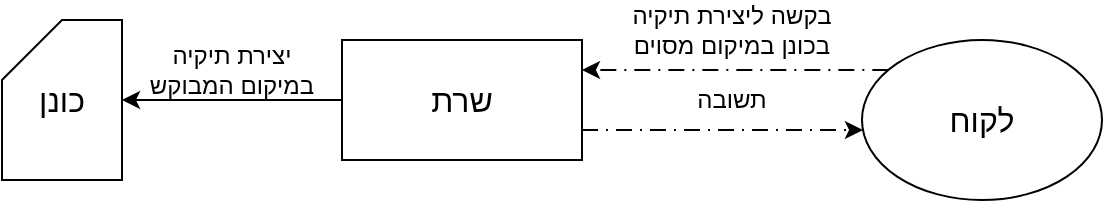
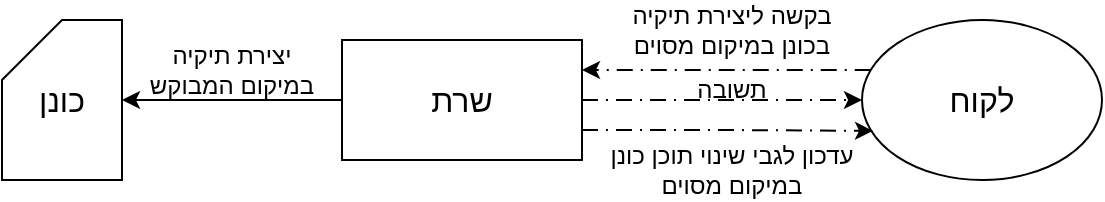
<mxfile host="Electron" agent="Mozilla/5.0 (X11; Linux x86_64) AppleWebKit/537.36 (KHTML, like Gecko) draw.io/29.6.1 Chrome/142.0.7444.265 Electron/39.8.9 Safari/537.36" version="29.6.1">
  <diagram name="Page-1" id="tHoBDmq4Bw8hzhRrkMM5">
-     <mxGraphModel dx="570" dy="337" grid="1" gridSize="10" guides="1" tooltips="1" connect="1" arrows="1" fold="1" page="1" pageScale="1" pageWidth="850" pageHeight="1100" math="0" shadow="0">
+     <mxGraphModel dx="475" dy="281" grid="1" gridSize="10" guides="1" tooltips="1" connect="1" arrows="1" fold="1" page="1" pageScale="1" pageWidth="850" pageHeight="1100" math="0" shadow="0">
      <root>
        <mxCell id="0" />
        <mxCell id="1" parent="0" />
+         <mxCell id="shgg1tWIqfMtp6GJXcMI-1" edge="1" parent="1" source="a2DlJLH1b4CRjQ99sm9D-2" style="edgeStyle=orthogonalEdgeStyle;rounded=0;orthogonalLoop=1;jettySize=auto;html=1;entryX=0;entryY=0.5;entryDx=0;entryDy=0;dashed=1;dashPattern=8 4 1 4;" target="a2DlJLH1b4CRjQ99sm9D-3">
+           <mxGeometry relative="1" as="geometry">
+             <mxPoint x="580" y="370" as="targetPoint" />
+           </mxGeometry>
+         </mxCell>
        <mxCell id="a2DlJLH1b4CRjQ99sm9D-2" parent="1" style="rounded=0;whiteSpace=wrap;html=1;" value="&lt;font style=&quot;font-size: 16px;&quot;&gt;שרת&lt;/font&gt;" vertex="1">
          <mxGeometry height="60" width="120" x="350" y="320" as="geometry" />
        </mxCell>
        <mxCell id="a2DlJLH1b4CRjQ99sm9D-4" edge="1" parent="1" source="a2DlJLH1b4CRjQ99sm9D-3" style="edgeStyle=orthogonalEdgeStyle;rounded=0;orthogonalLoop=1;jettySize=auto;html=1;entryX=1;entryY=0.25;entryDx=0;entryDy=0;dashed=1;dashPattern=8 4 1 4;" target="a2DlJLH1b4CRjQ99sm9D-2">
          <mxGeometry relative="1" as="geometry">
            <Array as="points">
              <mxPoint x="610" y="335" />
              <mxPoint x="610" y="335" />
            </Array>
          </mxGeometry>
        </mxCell>
-         <mxCell id="a2DlJLH1b4CRjQ99sm9D-6" edge="1" parent="1" source="a2DlJLH1b4CRjQ99sm9D-2" style="edgeStyle=orthogonalEdgeStyle;rounded=0;orthogonalLoop=1;jettySize=auto;html=1;exitX=1;exitY=0.75;exitDx=0;exitDy=0;dashed=1;dashPattern=8 4 1 4;" target="a2DlJLH1b4CRjQ99sm9D-3">
-           <mxGeometry relative="1" as="geometry">
-             <Array as="points">
-               <mxPoint x="610" y="365" />
-               <mxPoint x="610" y="365" />
-             </Array>
-           </mxGeometry>
-         </mxCell>
        <mxCell id="a2DlJLH1b4CRjQ99sm9D-3" parent="1" style="ellipse;whiteSpace=wrap;html=1;" value="&lt;font style=&quot;font-size: 16px;&quot;&gt;לקוח&lt;/font&gt;" vertex="1">
-           <mxGeometry height="80" width="120" x="610" y="320" as="geometry" />
+           <mxGeometry height="80" width="120" x="610" y="310" as="geometry" />
        </mxCell>
        <mxCell id="Bb5-Mctma0YeL3aVjd6n-1" parent="1" style="text;html=1;whiteSpace=wrap;strokeColor=none;fillColor=none;align=center;verticalAlign=middle;rounded=0;" value="בקשה ליצירת תיקיה בכונן במיקום מסוים" vertex="1">
          <mxGeometry height="30" width="110" x="490" y="300" as="geometry" />
        </mxCell>
        <mxCell id="Bb5-Mctma0YeL3aVjd6n-2" parent="1" style="text;html=1;whiteSpace=wrap;strokeColor=none;fillColor=none;align=center;verticalAlign=middle;rounded=0;" value="תשובה" vertex="1">
-           <mxGeometry height="30" width="60" x="515" y="335" as="geometry" />
+           <mxGeometry height="30" width="60" x="515" y="330" as="geometry" />
        </mxCell>
        <mxCell id="Bb5-Mctma0YeL3aVjd6n-3" parent="1" style="shape=card;whiteSpace=wrap;html=1;" value="&lt;font style=&quot;font-size: 16px;&quot;&gt;כונן&lt;/font&gt;" vertex="1">
          <mxGeometry height="80" width="60" x="180" y="310" as="geometry" />
        </mxCell>
        <mxCell id="Bb5-Mctma0YeL3aVjd6n-5" edge="1" parent="1" source="a2DlJLH1b4CRjQ99sm9D-2" style="edgeStyle=orthogonalEdgeStyle;rounded=0;orthogonalLoop=1;jettySize=auto;html=1;entryX=1;entryY=0.5;entryDx=0;entryDy=0;entryPerimeter=0;" target="Bb5-Mctma0YeL3aVjd6n-3">
          <mxGeometry relative="1" as="geometry" />
        </mxCell>
        <mxCell id="Bb5-Mctma0YeL3aVjd6n-6" parent="1" style="text;html=1;whiteSpace=wrap;strokeColor=none;fillColor=none;align=center;verticalAlign=middle;rounded=0;" value="יצירת תיקיה במיקום המבוקש" vertex="1">
          <mxGeometry height="30" width="90" x="250" y="320" as="geometry" />
        </mxCell>
+         <mxCell id="shgg1tWIqfMtp6GJXcMI-2" edge="1" parent="1" source="a2DlJLH1b4CRjQ99sm9D-2" style="edgeStyle=orthogonalEdgeStyle;rounded=0;orthogonalLoop=1;jettySize=auto;html=1;exitX=1;exitY=0.75;exitDx=0;exitDy=0;entryX=0.046;entryY=0.693;entryDx=0;entryDy=0;entryPerimeter=0;dashed=1;dashPattern=8 4 1 4;" target="a2DlJLH1b4CRjQ99sm9D-3">
+           <mxGeometry relative="1" as="geometry" />
+         </mxCell>
+         <mxCell id="shgg1tWIqfMtp6GJXcMI-3" parent="1" style="text;html=1;whiteSpace=wrap;strokeColor=none;fillColor=none;align=center;verticalAlign=middle;rounded=0;" value="עדכון לגבי שינוי תוכן כונן במיקום מסוים" vertex="1">
+           <mxGeometry height="30" width="130" x="480" y="370" as="geometry" />
+         </mxCell>
      </root>
    </mxGraphModel>
  </diagram>
</mxfile>
